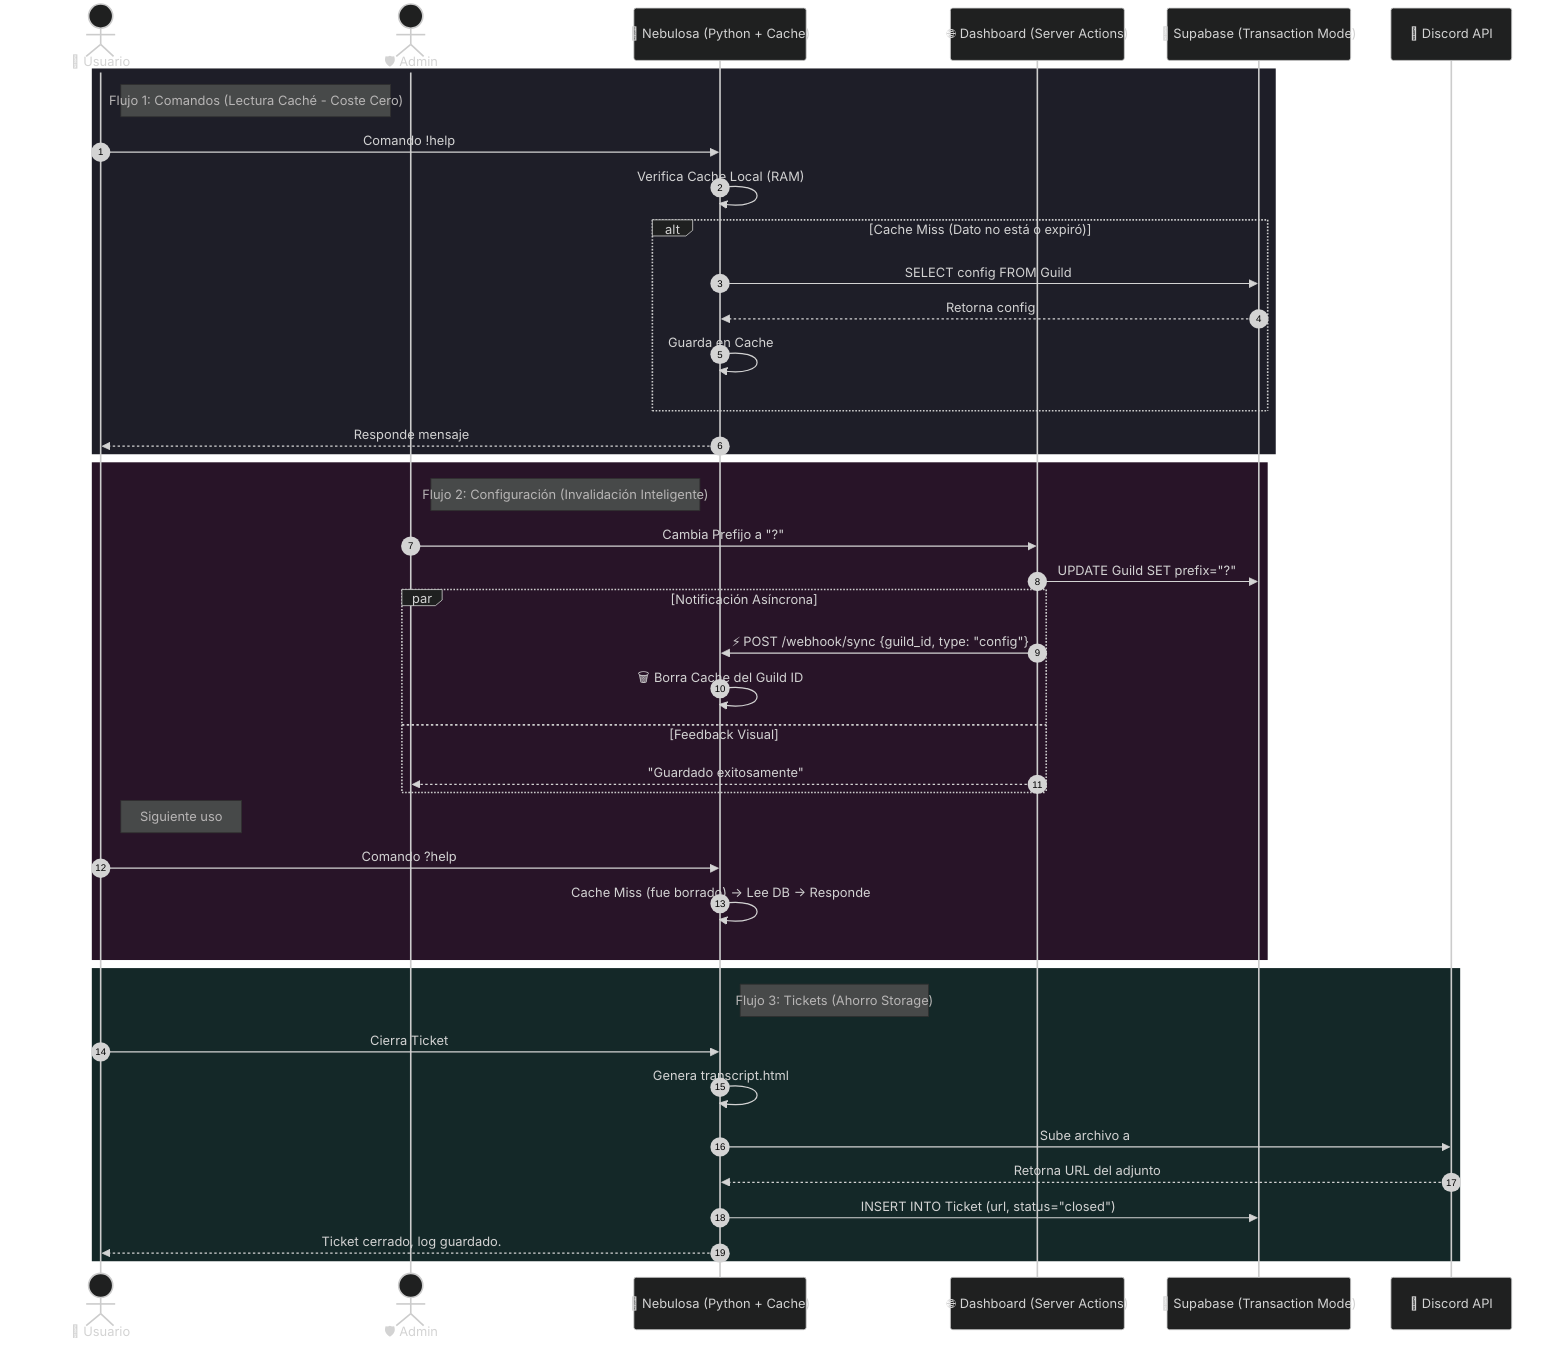
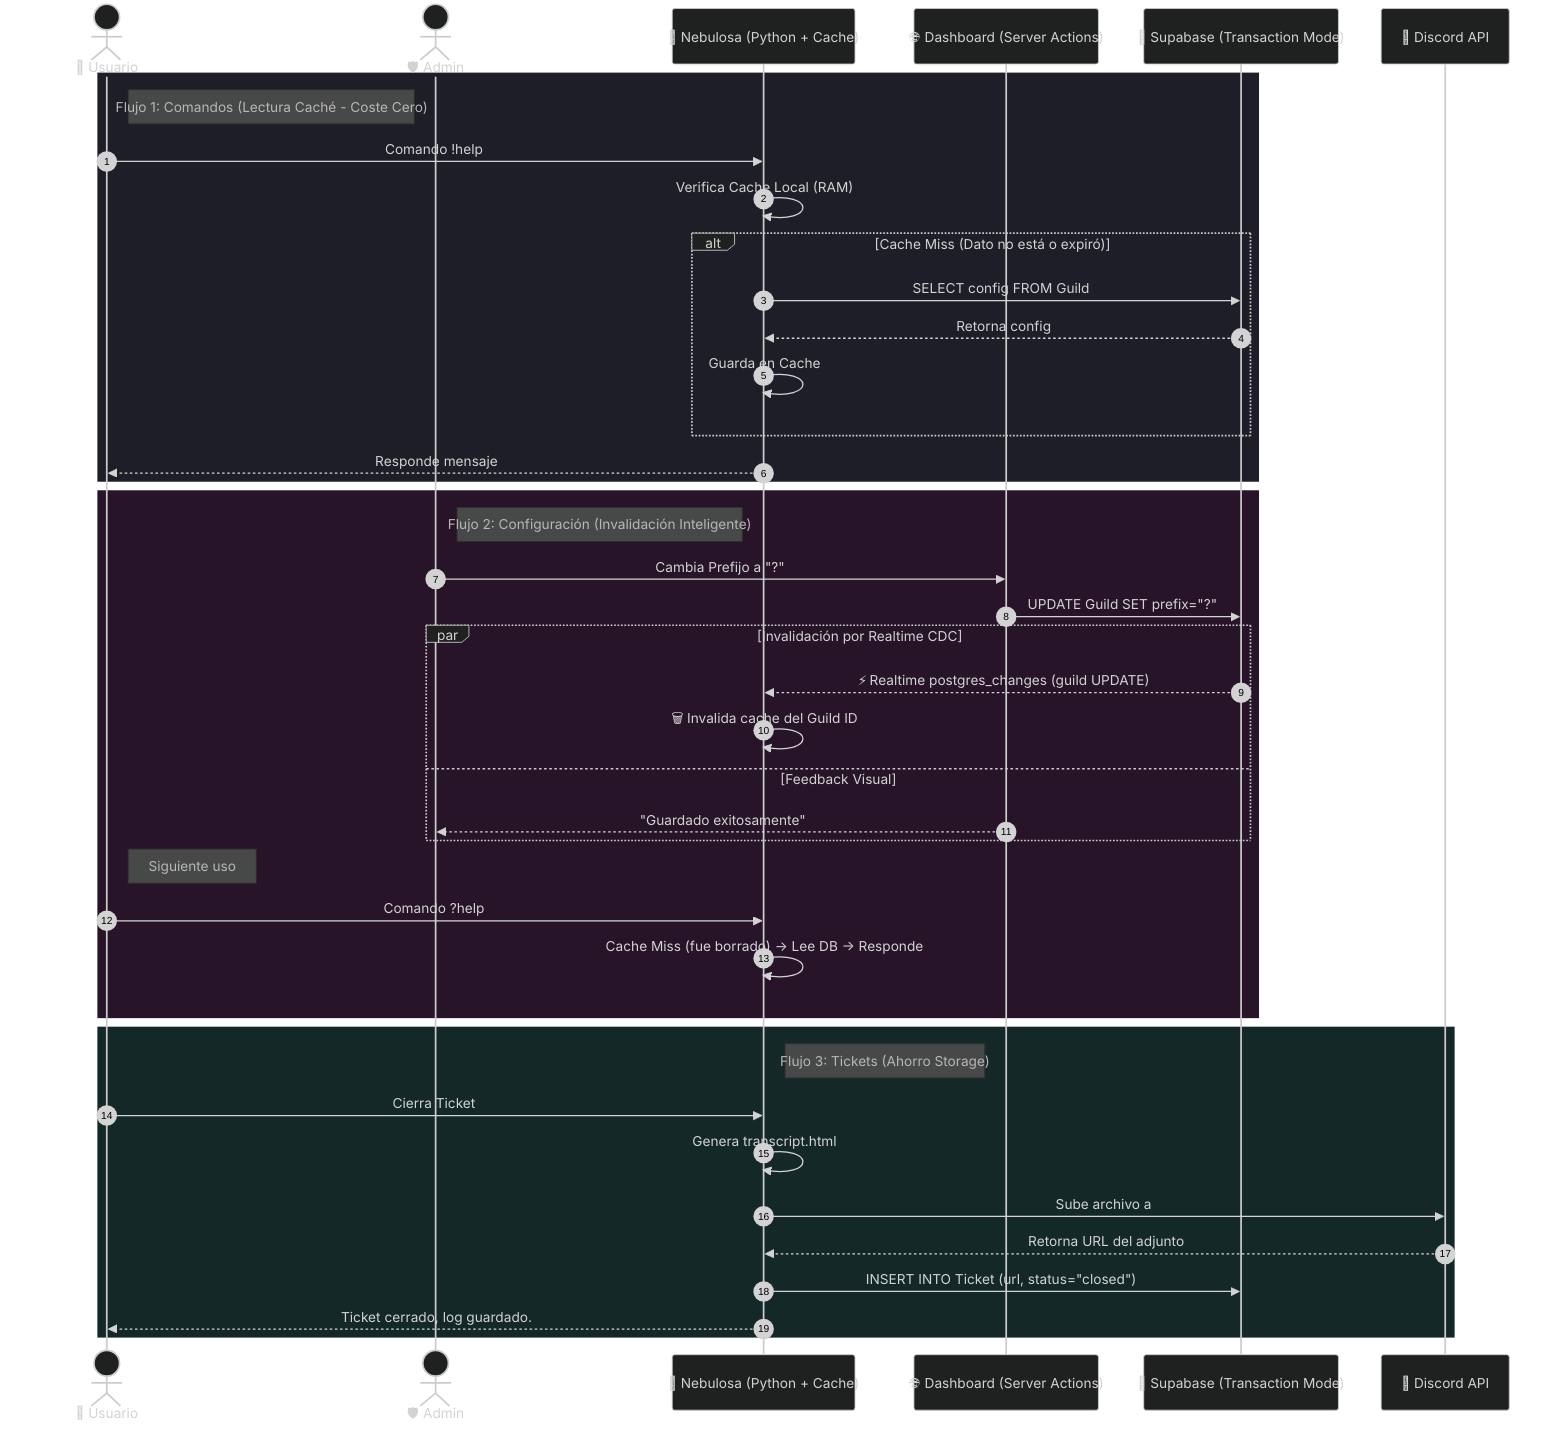
%%{init: {'theme': 'dark', 'themeVariables': { 'darkMode': true, 'fontFamily': 'Inter', 'fontSize': '14px'}} }%%
sequenceDiagram
    autonumber
    actor User as 👤 Usuario
    actor Admin as 🛡️ Admin
    participant Bot as 🤖 Nebulosa (Python + Cache)
    participant Web as 🌐 Dashboard (Server Actions)
    participant DB as 🐘 Supabase (Transaction Mode)
    participant Discord as 💬 Discord API

    rect rgb(30, 30, 40)
        note right of User: Flujo 1: Comandos (Lectura Caché - Coste Cero)
        User->>Bot: Comando !help
        Bot->>Bot: Verifica Cache Local (RAM)
        alt Cache Miss (Dato no está o expiró)
            Bot->>DB: SELECT config FROM Guild
            DB-->>Bot: Retorna config
            Bot->>Bot: Guarda en Cache
        end
        Bot-->>User: Responde mensaje
    end

    rect rgb(40, 20, 40)
        note right of Admin: Flujo 2: Configuración (Invalidación Inteligente)
        Admin->>Web: Cambia Prefijo a "?"
        Web->>DB: UPDATE Guild SET prefix="?"

-         par Notificación Asíncrona
-             Web->>Bot: ⚡ POST /webhook/sync {guild_id, type: "config"}
-             Bot->>Bot: 🗑️ Borra Cache del Guild ID
+         par Invalidación por Realtime CDC
+             DB-->>Bot: ⚡ Realtime postgres_changes (guild UPDATE)
+             Bot->>Bot: 🗑️ Invalida cache del Guild ID
        and Feedback Visual
            Web-->>Admin: "Guardado exitosamente"
        end

        note right of User: Siguiente uso
        User->>Bot: Comando ?help
        Bot->>Bot: Cache Miss (fue borrado) -> Lee DB -> Responde
    end

    rect rgb(20, 40, 40)
        note right of Bot: Flujo 3: Tickets (Ahorro Storage)
        User->>Bot: Cierra Ticket
        Bot->>Bot: Genera transcript.html
        Bot->>Discord: Sube archivo a #logs-canal
        Discord-->>Bot: Retorna URL del adjunto
        Bot->>DB: INSERT INTO Ticket (url, status="closed")
        Bot-->>User: Ticket cerrado, log guardado.
    end